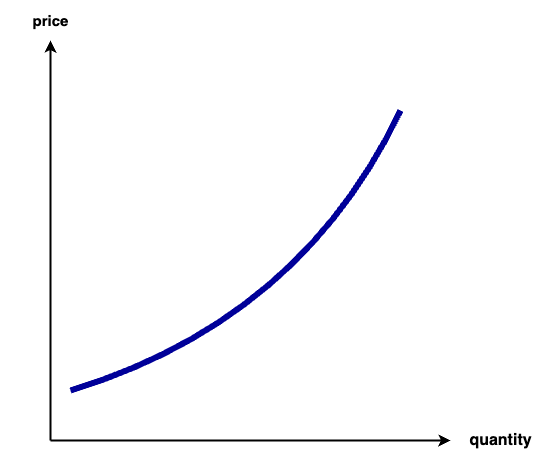
This is Supply curve.png from servo-creator/obsidian-image-lib, a draw.io export, as it was before one commit. Source tidied: cells renumbered, new cells last; positions are measured from the earlier drawing's top-left corner, leaving out a move shared by most shapes.
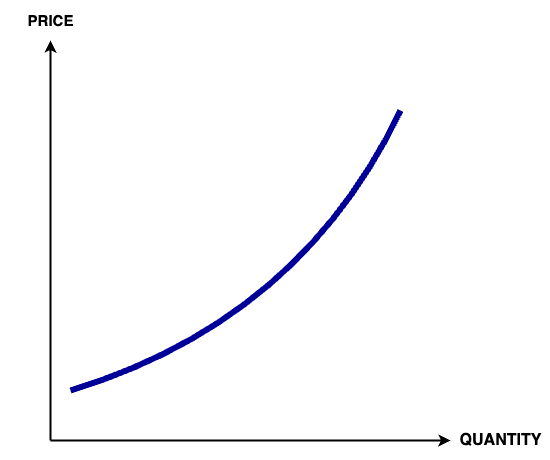
Above is the later version.

The edit, as a diff of the source:
```diff
@@ -17,12 +17,6 @@
         <mxPoint x="450" y="440" as="targetPoint" />
       </mxGeometry>
     </mxCell>
-    <mxCell id="4" value="&lt;font style=&quot;font-size: 16px;&quot;&gt;quantity&lt;/font&gt;" style="text;strokeColor=none;fillColor=none;html=1;fontSize=11;fontStyle=1;verticalAlign=middle;align=center;fontFamily=Helvetica;fontColor=default;labelBackgroundColor=default;" parent="1" vertex="1">
-      <mxGeometry x="450" y="420" width="100" height="40" as="geometry" />
-    </mxCell>
-    <mxCell id="5" value="&lt;font style=&quot;font-size: 15px;&quot;&gt;price&lt;/font&gt;" style="text;strokeColor=none;fillColor=none;html=1;fontSize=11;fontStyle=1;verticalAlign=middle;align=center;fontFamily=Helvetica;fontColor=default;labelBackgroundColor=default;" parent="1" vertex="1">
-      <mxGeometry width="100" height="40" as="geometry" />
-    </mxCell>
     <mxCell id="6" style="curved=1;endArrow=none;html=1;rounded=0;strokeWidth=6;startFill=0;strokeColor=#000099;" parent="1" edge="1">
       <mxGeometry relative="1" as="geometry">
         <mxPoint x="70" y="390" as="sourcePoint" />
@@ -32,5 +26,11 @@
         </Array>
       </mxGeometry>
     </mxCell>
+    <mxCell id="7" value="&lt;font style=&quot;font-size: 16px;&quot;&gt;QUANTITY&lt;/font&gt;" style="text;strokeColor=none;fillColor=none;html=1;fontSize=11;fontStyle=1;verticalAlign=middle;align=center;fontFamily=Helvetica;fontColor=default;labelBackgroundColor=default;" parent="1" vertex="1">
+      <mxGeometry x="450" y="420" width="100" height="40" as="geometry" />
+    </mxCell>
+    <mxCell id="8" value="&lt;font style=&quot;font-size: 15px;&quot;&gt;PRICE&lt;/font&gt;" style="text;strokeColor=none;fillColor=none;html=1;fontSize=11;fontStyle=1;verticalAlign=middle;align=center;fontFamily=Helvetica;fontColor=default;labelBackgroundColor=default;" parent="1" vertex="1">
+      <mxGeometry width="100" height="40" as="geometry" />
+    </mxCell>
   </root>
 </mxGraphModel>
```
